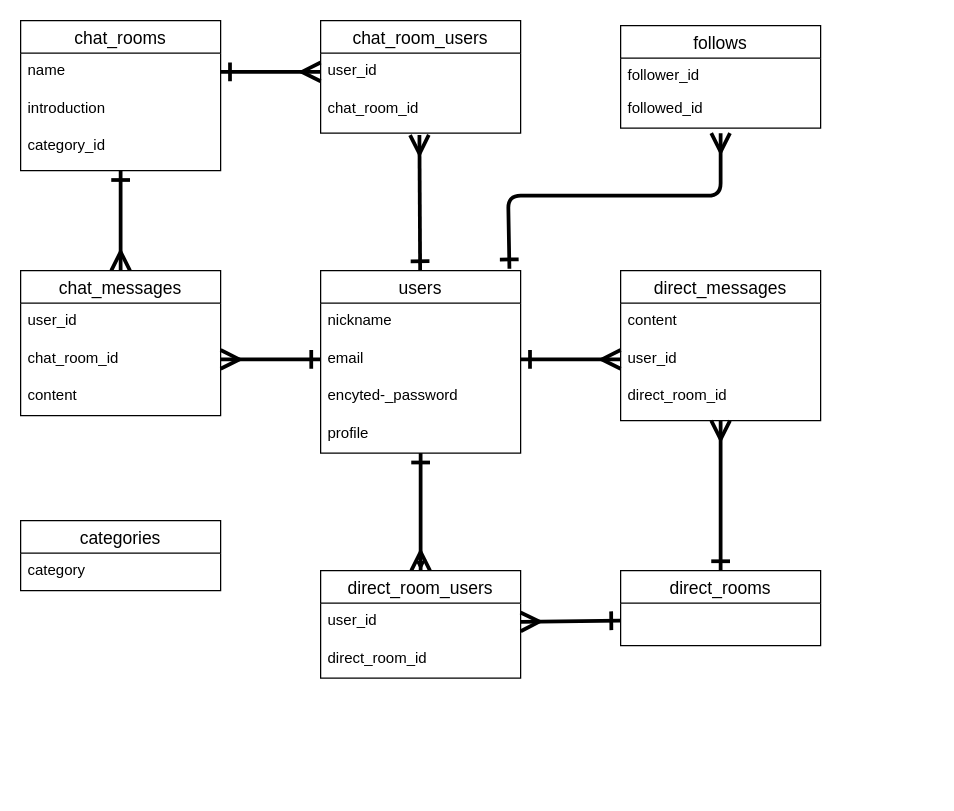
This is データベース設計.dio from MAXIM-kn/shumitomo-app, a draw.io file, before an edit. Source tidied: cells renumbered, new cells numbered last; positions are measured from the earlier drawing's top-left corner, leaving out a move shared by most shapes. Both pictures are drawn from the tidied source at 125%, with x=0, y=0 at pixel (20, 20).
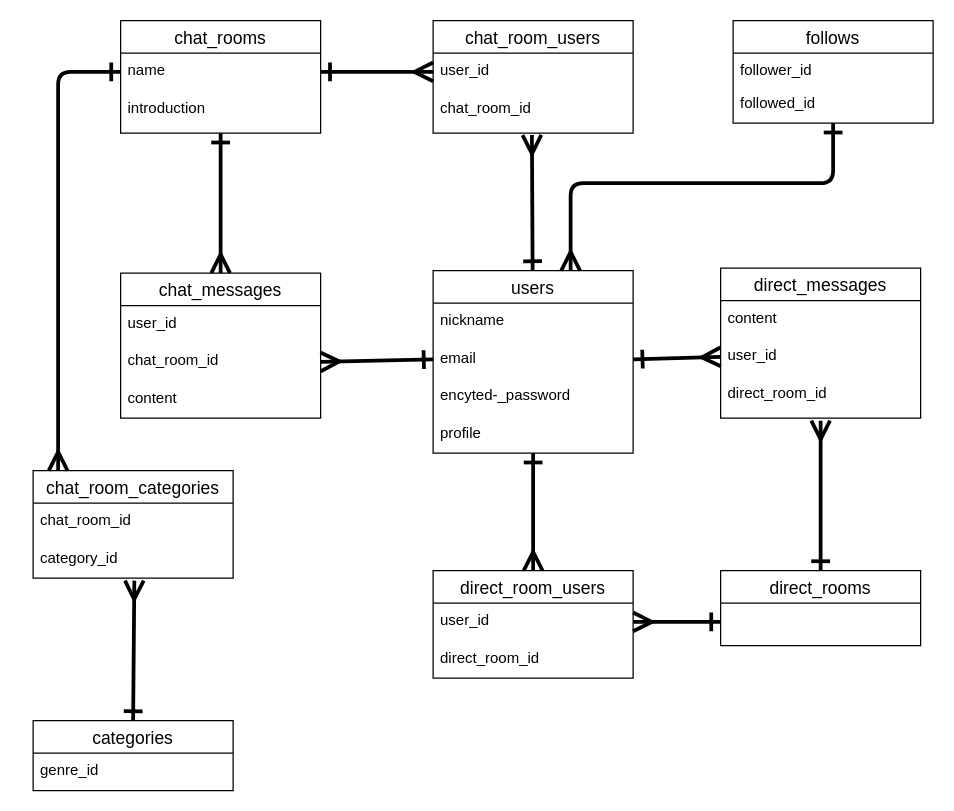
The same page after the edit.

Unchanged cells that the change refers to:
```xml
<mxCell id="10" value="name" style="text;strokeColor=none;fillColor=none;spacingLeft=4;spacingRight=4;overflow=hidden;points=[[0,0.5],[1,0.5]];portConstraint=eastwest;fontSize=12;" parent="9" vertex="1">
  <mxGeometry y="26" width="160" height="30" as="geometry" />
</mxCell>
<mxCell id="30" value="user_id" style="text;strokeColor=none;fillColor=none;spacingLeft=4;spacingRight=4;overflow=hidden;points=[[0,0.5],[1,0.5]];portConstraint=eastwest;fontSize=12;" parent="29" vertex="1">
  <mxGeometry y="26" width="160" height="30" as="geometry" />
</mxCell>
```

Diff of the diagram source:
```diff
@@
-    <mxCell id="2" style="edgeStyle=none;html=1;entryX=0.5;entryY=0;entryDx=0;entryDy=0;" parent="1" edge="1" source="4" target="29">
-      <mxGeometry relative="1" as="geometry" />
-    </mxCell>
@@
     <mxCell id="4" value="users" style="swimlane;fontStyle=0;horizontal=1;startSize=26;align=center;fontSize=14;" parent="1" vertex="1">
-      <mxGeometry x="240" y="200" width="160" height="146" as="geometry" />
+      <mxGeometry x="330" y="200" width="160" height="146" as="geometry" />
     </mxCell>
@@
     <mxCell id="9" value="chat_rooms" style="swimlane;fontStyle=0;horizontal=1;startSize=26;align=center;fontSize=14;" parent="1" vertex="1">
-      <mxGeometry width="160" height="120" as="geometry" />
+      <mxGeometry x="80" width="160" height="90" as="geometry" />
     </mxCell>
@@
     <mxCell id="11" value="introduction" style="text;strokeColor=none;fillColor=none;spacingLeft=4;spacingRight=4;overflow=hidden;fontSize=12;" parent="9" vertex="1">
-      <mxGeometry y="56" width="160" height="30" as="geometry" />
+      <mxGeometry y="56" width="160" height="34" as="geometry" />
     </mxCell>
-    <mxCell id="12" value="category_id" style="text;strokeColor=none;fillColor=none;spacingLeft=4;spacingRight=4;overflow=hidden;points=[[0,0.5],[1,0.5]];portConstraint=eastwest;fontSize=12;" parent="9" vertex="1">
-      <mxGeometry y="86" width="160" height="34" as="geometry" />
-    </mxCell>
     <mxCell id="13" style="edgeStyle=none;html=1;exitX=0.5;exitY=0;exitDx=0;exitDy=0;startArrow=ERmany;startFill=0;endArrow=ERone;endFill=0;startSize=11;endSize=11;strokeWidth=3;" parent="1" edge="1" source="14">
       <mxGeometry relative="1" as="geometry">
-        <mxPoint x="80" y="120" as="targetPoint" />
+        <mxPoint x="160" y="90" as="targetPoint" />
+        <Array as="points">
+          <mxPoint x="160" y="160" />
+        </Array>
       </mxGeometry>
     </mxCell>
     <mxCell id="14" value="chat_messages" style="swimlane;fontStyle=0;horizontal=1;startSize=26;align=center;fontSize=14;" parent="1" vertex="1">
-      <mxGeometry y="200" width="160" height="116" as="geometry" />
+      <mxGeometry x="80" y="202" width="160" height="116" as="geometry" />
     </mxCell>
@@
+    <mxCell id="41" style="edgeStyle=none;html=1;strokeWidth=3;endArrow=ERmany;endFill=0;startArrow=ERone;startFill=0;endSize=11;startSize=11;" parent="1" edge="1" source="18">
+      <mxGeometry relative="1" as="geometry">
+        <mxPoint x="440" y="200" as="targetPoint" />
+        <Array as="points">
+          <mxPoint x="650" y="130" />
+          <mxPoint x="440" y="130" />
+        </Array>
+      </mxGeometry>
+    </mxCell>
     <mxCell id="18" value="follows" style="swimlane;fontStyle=0;horizontal=1;startSize=26;align=center;fontSize=14;" parent="1" vertex="1">
-      <mxGeometry x="480" y="4" width="160" height="82" as="geometry" />
+      <mxGeometry x="570" width="160" height="82" as="geometry" />
     </mxCell>
@@
     <mxCell id="21" value="direct_messages" style="swimlane;fontStyle=0;horizontal=1;startSize=26;align=center;fontSize=14;" parent="1" vertex="1">
-      <mxGeometry x="480" y="200" width="160" height="120" as="geometry" />
+      <mxGeometry x="560" y="198" width="160" height="120" as="geometry" />
     </mxCell>
@@
     <mxCell id="25" value="chat_room_users" style="swimlane;fontStyle=0;horizontal=1;startSize=26;align=center;fontSize=14;" parent="1" vertex="1">
-      <mxGeometry x="240" width="160" height="90" as="geometry" />
+      <mxGeometry x="330" width="160" height="90" as="geometry" />
     </mxCell>
@@
     <mxCell id="29" value="direct_room_users" style="swimlane;fontStyle=0;horizontal=1;startSize=26;align=center;fontSize=14;" parent="1" vertex="1">
-      <mxGeometry x="240" y="440" width="160" height="86" as="geometry" />
+      <mxGeometry x="330" y="440" width="160" height="86" as="geometry" />
     </mxCell>
@@
     <mxCell id="32" style="edgeStyle=none;html=1;startArrow=ERone;startFill=0;endArrow=ERmany;endFill=0;startSize=11;endSize=11;strokeWidth=3;entryX=1;entryY=0.5;entryDx=0;entryDy=0;" parent="1" edge="1" target="30">
       <mxGeometry relative="1" as="geometry">
-        <mxPoint x="480" y="480" as="sourcePoint" />
+        <mxPoint x="560" y="481" as="sourcePoint" />
       </mxGeometry>
     </mxCell>
     <mxCell id="33" style="edgeStyle=none;html=1;startArrow=ERone;startFill=0;endArrow=ERmany;endFill=0;startSize=11;endSize=11;strokeWidth=3;" parent="1" edge="1" source="34">
       <mxGeometry relative="1" as="geometry">
-        <mxPoint x="560" y="320" as="targetPoint" />
+        <mxPoint x="640" y="320" as="targetPoint" />
       </mxGeometry>
     </mxCell>
     <mxCell id="34" value="direct_rooms" style="swimlane;fontStyle=0;horizontal=1;startSize=26;align=center;fontSize=14;" parent="1" vertex="1">
-      <mxGeometry x="480" y="440" width="160" height="60" as="geometry" />
+      <mxGeometry x="560" y="440" width="160" height="60" as="geometry" />
     </mxCell>
@@
-    <mxCell id="36" style="edgeStyle=orthogonalEdgeStyle;html=1;endArrow=ERone;endFill=0;startArrow=ERmany;startFill=0;strokeWidth=3;endSize=11;startSize=11;entryX=0.944;entryY=-0.01;entryDx=0;entryDy=0;entryPerimeter=0;" parent="1" edge="1" target="4">
-      <mxGeometry relative="1" as="geometry">
-        <mxPoint x="560" y="90" as="sourcePoint" />
-        <Array as="points">
-          <mxPoint x="560" y="140" />
-          <mxPoint x="390" y="140" />
-        </Array>
-      </mxGeometry>
-    </mxCell>
@@
+    <mxCell id="42" style="edgeStyle=none;html=1;exitX=0.5;exitY=0;exitDx=0;exitDy=0;entryX=0.506;entryY=1.067;entryDx=0;entryDy=0;entryPerimeter=0;startArrow=ERone;startFill=0;endArrow=ERmany;endFill=0;strokeWidth=3;endSize=11;startSize=11;" parent="1" edge="1" source="39" target="12">
+      <mxGeometry relative="1" as="geometry" />
+    </mxCell>
     <mxCell id="39" value="categories" style="swimlane;fontStyle=0;horizontal=1;startSize=26;align=center;fontSize=14;" parent="1" vertex="1">
-      <mxGeometry y="400" width="160" height="56" as="geometry" />
+      <mxGeometry x="10" y="560" width="160" height="56" as="geometry" />
     </mxCell>
-    <mxCell id="40" value="category" style="text;strokeColor=none;fillColor=none;spacingLeft=4;spacingRight=4;overflow=hidden;fontSize=12;" parent="39" vertex="1">
+    <mxCell id="40" value="genre_id" style="text;strokeColor=none;fillColor=none;spacingLeft=4;spacingRight=4;overflow=hidden;fontSize=12;" parent="39" vertex="1">
       <mxGeometry y="26" width="160" height="30" as="geometry" />
     </mxCell>
+    <mxCell id="43" value="chat_room_categories" style="swimlane;fontStyle=0;horizontal=1;startSize=26;align=center;fontSize=14;" parent="1" vertex="1">
+      <mxGeometry x="10" y="360" width="160" height="86" as="geometry" />
+    </mxCell>
+    <mxCell id="44" value="chat_room_id" style="text;strokeColor=none;fillColor=none;spacingLeft=4;spacingRight=4;overflow=hidden;fontSize=12;" parent="43" vertex="1">
+      <mxGeometry y="26" width="160" height="30" as="geometry" />
+    </mxCell>
+    <mxCell id="12" value="category_id" style="text;strokeColor=none;fillColor=none;spacingLeft=4;spacingRight=4;overflow=hidden;points=[[0,0.5],[1,0.5]];portConstraint=eastwest;fontSize=12;" parent="43" vertex="1">
+      <mxGeometry y="56" width="160" height="30" as="geometry" />
+    </mxCell>
+    <mxCell id="45" style="edgeStyle=none;html=1;exitX=0;exitY=0.5;exitDx=0;exitDy=0;startArrow=ERone;startFill=0;endArrow=ERmany;endFill=0;startSize=11;endSize=11;strokeWidth=3;" parent="1" edge="1" source="10">
+      <mxGeometry relative="1" as="geometry">
+        <mxPoint x="30" y="360" as="targetPoint" />
+        <Array as="points">
+          <mxPoint x="30" y="41" />
+        </Array>
+      </mxGeometry>
+    </mxCell>
```
